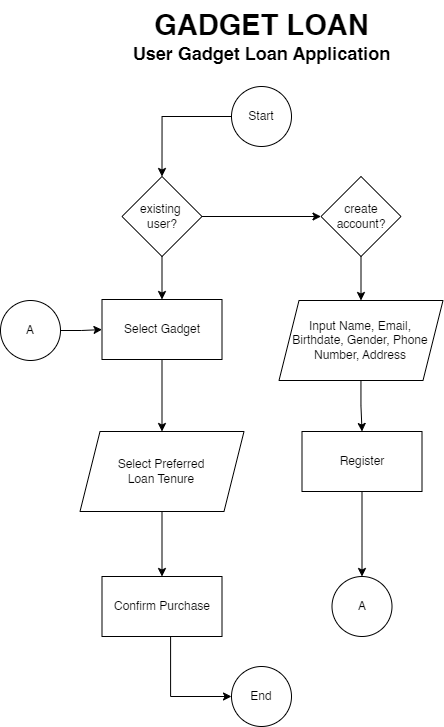
Above: Documentation/FlowchartUserApply.png in JohnjasonMC/Micro-Loans (draw.io), before the change. Source tidied: cells renumbered, new cells last; positions are measured from the earlier drawing's top-left corner, leaving out a move shared by most shapes.
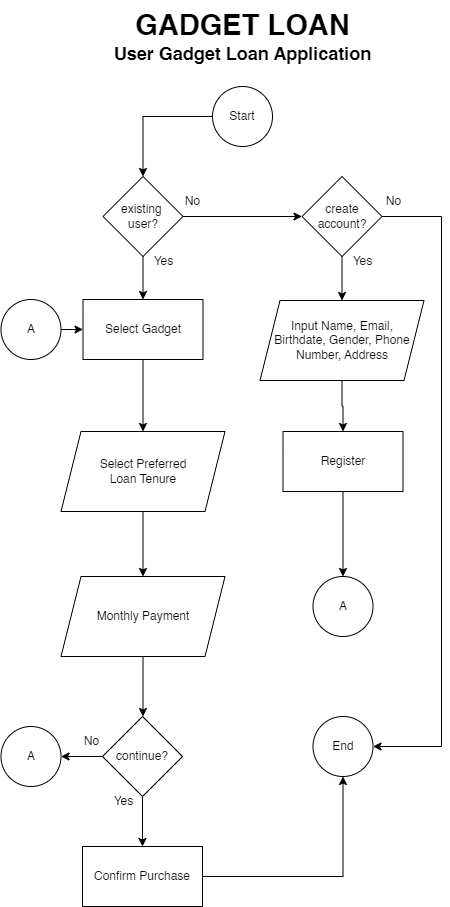
The same file after the commit.

The edit, as a diff of the source:
```diff
@@ -26,6 +26,14 @@
     <mxCell id="9" style="edgeStyle=orthogonalEdgeStyle;rounded=0;jettySize=auto;html=1;" parent="1" edge="1" source="10" target="12">
       <mxGeometry relative="1" as="geometry" />
     </mxCell>
+    <mxCell id="25" style="edgeStyle=orthogonalEdgeStyle;rounded=0;jettySize=auto;html=1;exitX=1;exitY=0.5;exitDx=0;exitDy=0;entryX=1;entryY=0.5;entryDx=0;entryDy=0;" parent="1" edge="1" source="10" target="24">
+      <mxGeometry relative="1" as="geometry">
+        <Array as="points">
+          <mxPoint x="460" y="216" />
+          <mxPoint x="460" y="746" />
+        </Array>
+      </mxGeometry>
+    </mxCell>
     <mxCell id="10" value="create account?" style="rhombus;whiteSpace=wrap;html=1;" parent="1" vertex="1">
       <mxGeometry x="320.5" y="176" width="80" height="80" as="geometry" />
     </mxCell>
@@ -47,22 +55,12 @@
     <mxCell id="16" value="Select Gadget" style="rounded=0;whiteSpace=wrap;html=1;" parent="1" vertex="1">
       <mxGeometry x="101.5" y="299" width="120" height="60" as="geometry" />
     </mxCell>
-    <mxCell id="17" style="edgeStyle=orthogonalEdgeStyle;rounded=0;jettySize=auto;html=1;" parent="1" edge="1" source="18" target="20">
-      <mxGeometry relative="1" as="geometry" />
-    </mxCell>
+    <mxCell id="26" style="edgeStyle=orthogonalEdgeStyle;rounded=0;jettySize=auto;html=1;entryX=0.5;entryY=0;entryDx=0;entryDy=0;" parent="1" edge="1" source="18" target="32">
+      <mxGeometry relative="1" as="geometry" />
+    </mxCell>
     <mxCell id="18" value="Select Preferred&lt;br&gt;Loan Tenure" style="shape=parallelogram;perimeter=parallelogramPerimeter;whiteSpace=wrap;html=1;fixedSize=1;" parent="1" vertex="1">
       <mxGeometry x="79.5" y="431" width="164" height="80" as="geometry" />
     </mxCell>
-    <mxCell id="19" style="edgeStyle=orthogonalEdgeStyle;rounded=0;jettySize=auto;html=1;entryX=0;entryY=0.5;entryDx=0;entryDy=0;" parent="1" edge="1" source="20" target="24">
-      <mxGeometry relative="1" as="geometry">
-        <Array as="points">
-          <mxPoint x="170" y="696" />
-        </Array>
-      </mxGeometry>
-    </mxCell>
-    <mxCell id="20" value="Confirm Purchase" style="rounded=0;whiteSpace=wrap;html=1;" parent="1" vertex="1">
-      <mxGeometry x="101.5" y="576" width="120" height="60" as="geometry" />
-    </mxCell>
     <mxCell id="21" value="A" style="ellipse;whiteSpace=wrap;html=1;" parent="1" vertex="1">
       <mxGeometry x="331.5" y="576" width="60" height="60" as="geometry" />
     </mxCell>
@@ -70,10 +68,54 @@
       <mxGeometry relative="1" as="geometry" />
     </mxCell>
     <mxCell id="23" value="A" style="ellipse;whiteSpace=wrap;html=1;" parent="1" vertex="1">
-      <mxGeometry y="300" width="60" height="60" as="geometry" />
+      <mxGeometry x="19.5" y="299" width="60" height="60" as="geometry" />
     </mxCell>
     <mxCell id="24" value="End" style="ellipse;whiteSpace=wrap;html=1;" parent="1" vertex="1">
-      <mxGeometry x="231" y="666" width="60" height="60" as="geometry" />
+      <mxGeometry x="331.5" y="716" width="60" height="60" as="geometry" />
     </mxCell>
+    <mxCell id="27" value="&lt;font style=&quot;font-size: 12px;&quot;&gt;Yes&lt;/font&gt;" style="text;html=1;align=center;verticalAlign=middle;strokeColor=none;fillColor=none;" parent="1" vertex="1">
+      <mxGeometry x="161.5" y="246" width="40" height="30" as="geometry" />
+    </mxCell>
+    <mxCell id="28" value="&lt;font style=&quot;font-size: 12px;&quot;&gt;No&lt;/font&gt;" style="text;html=1;align=center;verticalAlign=middle;strokeColor=none;fillColor=none;" parent="1" vertex="1">
+      <mxGeometry x="191" y="186" width="40" height="30" as="geometry" />
+    </mxCell>
+    <mxCell id="29" value="&lt;font style=&quot;font-size: 12px;&quot;&gt;Yes&lt;/font&gt;" style="text;html=1;align=center;verticalAlign=middle;strokeColor=none;fillColor=none;" parent="1" vertex="1">
+      <mxGeometry x="360.5" y="246" width="40" height="30" as="geometry" />
+    </mxCell>
+    <mxCell id="30" value="&lt;font style=&quot;font-size: 12px;&quot;&gt;No&lt;/font&gt;" style="text;html=1;align=center;verticalAlign=middle;strokeColor=none;fillColor=none;" parent="1" vertex="1">
+      <mxGeometry x="391.5" y="186" width="40" height="30" as="geometry" />
+    </mxCell>
+    <mxCell id="31" style="edgeStyle=orthogonalEdgeStyle;rounded=0;jettySize=auto;html=1;" parent="1" edge="1" source="32">
+      <mxGeometry relative="1" as="geometry">
+        <mxPoint x="161.5" y="716" as="targetPoint" />
+      </mxGeometry>
+    </mxCell>
+    <mxCell id="32" value="Monthly Payment" style="shape=parallelogram;perimeter=parallelogramPerimeter;whiteSpace=wrap;html=1;fixedSize=1;" parent="1" vertex="1">
+      <mxGeometry x="79.5" y="576" width="164" height="80" as="geometry" />
+    </mxCell>
+    <mxCell id="33" style="edgeStyle=orthogonalEdgeStyle;rounded=0;jettySize=auto;html=1;" parent="1" edge="1" source="35" target="20">
+      <mxGeometry relative="1" as="geometry" />
+    </mxCell>
+    <mxCell id="34" style="edgeStyle=orthogonalEdgeStyle;rounded=0;jettySize=auto;html=1;" parent="1" edge="1" source="35" target="36">
+      <mxGeometry relative="1" as="geometry" />
+    </mxCell>
+    <mxCell id="35" value="continue?" style="rhombus;whiteSpace=wrap;html=1;" parent="1" vertex="1">
+      <mxGeometry x="121" y="716" width="80" height="80" as="geometry" />
+    </mxCell>
+    <mxCell id="19" style="edgeStyle=orthogonalEdgeStyle;rounded=0;jettySize=auto;html=1;entryX=0.5;entryY=1;entryDx=0;entryDy=0;" parent="1" edge="1" source="20" target="24">
+      <mxGeometry relative="1" as="geometry" />
+    </mxCell>
+    <mxCell id="20" value="Confirm Purchase" style="rounded=0;whiteSpace=wrap;html=1;" parent="1" vertex="1">
+      <mxGeometry x="101" y="846" width="120" height="60" as="geometry" />
+    </mxCell>
+    <mxCell id="36" value="A" style="ellipse;whiteSpace=wrap;html=1;" parent="1" vertex="1">
+      <mxGeometry x="19.5" y="726" width="60" height="60" as="geometry" />
+    </mxCell>
+    <mxCell id="37" value="&lt;font style=&quot;font-size: 12px;&quot;&gt;Yes&lt;/font&gt;" style="text;html=1;align=center;verticalAlign=middle;strokeColor=none;fillColor=none;" parent="1" vertex="1">
+      <mxGeometry x="121.5" y="786" width="40" height="30" as="geometry" />
+    </mxCell>
+    <mxCell id="38" value="&lt;font style=&quot;font-size: 12px;&quot;&gt;No&lt;/font&gt;" style="text;html=1;align=center;verticalAlign=middle;strokeColor=none;fillColor=none;" parent="1" vertex="1">
+      <mxGeometry x="89.5" y="726" width="40" height="30" as="geometry" />
+    </mxCell>
   </root>
 </mxGraphModel>
```
